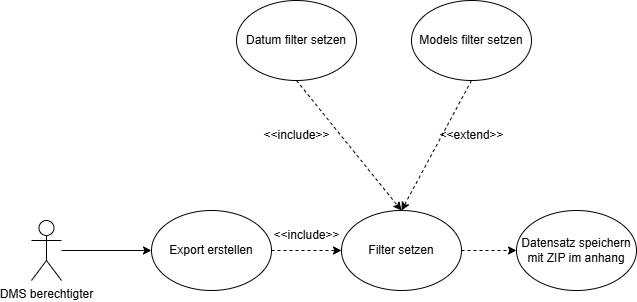
The draw.io diagram Präsentation/Bilder/use_case.png in mork02/IHK-Projekt, before a commit. Source tidied: cells renumbered, new cells last; positions are measured from the earlier drawing's top-left corner, leaving out a move shared by most shapes.
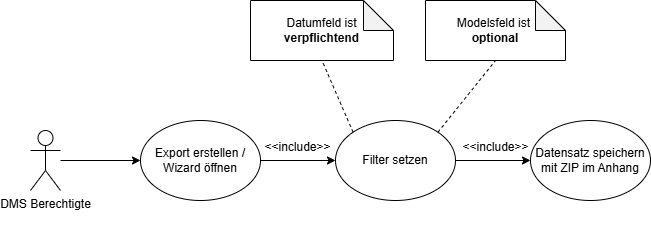
Later version of the same file.

The edit, as a diff of the source:
```diff
@@ -2,47 +2,44 @@
   <root>
     <mxCell id="0" />
     <mxCell id="1" parent="0" />
-    <mxCell id="2" style="edgeStyle=orthogonalEdgeStyle;rounded=0;jettySize=auto;html=1;entryX=0;entryY=0.5;entryDx=0;entryDy=0;" parent="1" edge="1" source="3" target="5">
-      <mxGeometry relative="1" as="geometry" />
-    </mxCell>
-    <mxCell id="3" value="DMS berechtigter" style="shape=umlActor;verticalLabelPosition=bottom;verticalAlign=top;html=1;outlineConnect=0;" parent="1" vertex="1">
-      <mxGeometry y="220" width="30" height="60" as="geometry" />
-    </mxCell>
-    <mxCell id="4" style="edgeStyle=orthogonalEdgeStyle;rounded=0;jettySize=auto;html=1;entryX=0;entryY=0.5;entryDx=0;entryDy=0;dashed=1;" parent="1" edge="1" source="5" target="13">
-      <mxGeometry relative="1" as="geometry" />
-    </mxCell>
-    <mxCell id="5" value="Export erstellen" style="ellipse;whiteSpace=wrap;html=1;" parent="1" vertex="1">
-      <mxGeometry x="120" y="210" width="120" height="80" as="geometry" />
-    </mxCell>
-    <mxCell id="6" value="Datum filter setzen" style="ellipse;whiteSpace=wrap;html=1;" parent="1" vertex="1">
-      <mxGeometry x="205" width="120" height="80" as="geometry" />
-    </mxCell>
-    <mxCell id="7" value="Models filter setzen" style="ellipse;whiteSpace=wrap;html=1;" parent="1" vertex="1">
-      <mxGeometry x="380" width="120" height="80" as="geometry" />
-    </mxCell>
-    <mxCell id="8" value="&amp;lt;&amp;lt;include&amp;gt;&amp;gt;" style="text;html=1;align=center;verticalAlign=middle;strokeColor=none;fillColor=none;" parent="1" vertex="1">
-      <mxGeometry x="220" y="120" width="90" height="30" as="geometry" />
-    </mxCell>
-    <mxCell id="9" value="&amp;lt;&amp;lt;extend&amp;gt;&amp;gt;" style="text;html=1;align=center;verticalAlign=middle;strokeColor=none;fillColor=none;" parent="1" vertex="1">
-      <mxGeometry x="395" y="120" width="90" height="30" as="geometry" />
-    </mxCell>
-    <mxCell id="10" style="endArrow=classic;html=1;rounded=0;exitX=0.5;exitY=1;exitDx=0;exitDy=0;dashed=1;entryX=0.5;entryY=0;entryDx=0;entryDy=0;" parent="1" edge="1" source="7" target="13">
-      <mxGeometry relative="1" as="geometry" />
-    </mxCell>
-    <mxCell id="11" style="endArrow=classic;html=1;rounded=0;exitX=0.5;exitY=1;exitDx=0;exitDy=0;entryX=0.5;entryY=0;entryDx=0;entryDy=0;dashed=1;" parent="1" edge="1" source="6" target="13">
-      <mxGeometry relative="1" as="geometry" />
-    </mxCell>
-    <mxCell id="12" style="edgeStyle=orthogonalEdgeStyle;rounded=0;jettySize=auto;html=1;entryX=0;entryY=0.5;entryDx=0;entryDy=0;dashed=1;" parent="1" edge="1" source="13" target="15">
-      <mxGeometry relative="1" as="geometry" />
-    </mxCell>
+    <mxCell id="16" style="edgeStyle=orthogonalEdgeStyle;rounded=0;jettySize=auto;html=1;entryX=0;entryY=0.5;entryDx=0;entryDy=0;" parent="1" edge="1" source="17" target="19">
+      <mxGeometry relative="1" as="geometry" />
+    </mxCell>
+    <mxCell id="17" value="DMS Berechtigte&lt;div&gt;&lt;br&gt;&lt;/div&gt;" style="shape=umlActor;verticalLabelPosition=bottom;verticalAlign=top;html=1;outlineConnect=0;" parent="1" vertex="1">
+      <mxGeometry x="5" y="220" width="30" height="60" as="geometry" />
+    </mxCell>
+    <mxCell id="18" style="edgeStyle=orthogonalEdgeStyle;rounded=0;jettySize=auto;html=1;entryX=0;entryY=0.5;entryDx=0;entryDy=0;" parent="1" edge="1" source="19" target="13">
+      <mxGeometry relative="1" as="geometry" />
+    </mxCell>
+    <mxCell id="19" value="Export erstellen / Wizard öffnen" style="ellipse;whiteSpace=wrap;html=1;" parent="1" vertex="1">
+      <mxGeometry x="115" y="210" width="120" height="80" as="geometry" />
+    </mxCell>
+    <mxCell id="20" value="Datensatz speichern mit ZIP im Anhang" style="ellipse;whiteSpace=wrap;html=1;" parent="1" vertex="1">
+      <mxGeometry x="505" y="210" width="120" height="80" as="geometry" />
+    </mxCell>
+    <mxCell id="21" style="edgeStyle=orthogonalEdgeStyle;rounded=0;jettySize=auto;html=1;entryX=0;entryY=0.5;entryDx=0;entryDy=0;" parent="1" edge="1" source="13" target="20">
+      <mxGeometry relative="1" as="geometry" />
+    </mxCell>
     <mxCell id="13" value="Filter setzen" style="ellipse;whiteSpace=wrap;html=1;" parent="1" vertex="1">
       <mxGeometry x="310" y="210" width="120" height="80" as="geometry" />
     </mxCell>
-    <mxCell id="14" value="&amp;lt;&amp;lt;include&amp;gt;&amp;gt;" style="text;html=1;align=center;verticalAlign=middle;strokeColor=none;fillColor=none;" parent="1" vertex="1">
-      <mxGeometry x="230" y="220" width="90" height="30" as="geometry" />
-    </mxCell>
-    <mxCell id="15" value="Datensatz speichern mit ZIP im anhang" style="ellipse;whiteSpace=wrap;html=1;" parent="1" vertex="1">
-      <mxGeometry x="485" y="210" width="120" height="80" as="geometry" />
-    </mxCell>
+    <mxCell id="22" value="&amp;lt;&amp;lt;include&amp;gt;&amp;gt;" style="text;html=1;align=center;verticalAlign=middle;strokeColor=none;fillColor=none;" parent="1" vertex="1">
+      <mxGeometry x="227" y="222" width="90" height="30" as="geometry" />
+    </mxCell>
+    <mxCell id="23" value="&amp;lt;&amp;lt;include&amp;gt;&amp;gt;" style="text;html=1;align=center;verticalAlign=middle;strokeColor=none;fillColor=none;" parent="1" vertex="1">
+      <mxGeometry x="425" y="222" width="90" height="30" as="geometry" />
+    </mxCell>
+    <mxCell id="24" value="Datumfeld ist &lt;b&gt;verpflichtend&lt;/b&gt;" style="shape=note;whiteSpace=wrap;html=1;backgroundOutline=1;darkOpacity=0.05;" parent="1" vertex="1">
+      <mxGeometry x="225" y="90" width="143" height="60" as="geometry" />
+    </mxCell>
+    <mxCell id="25" value="Modelsfeld ist&amp;nbsp;&lt;div&gt;&lt;b&gt;optional&lt;/b&gt;&lt;/div&gt;" style="shape=note;whiteSpace=wrap;html=1;backgroundOutline=1;darkOpacity=0.05;" parent="1" vertex="1">
+      <mxGeometry x="400" y="90" width="140" height="60" as="geometry" />
+    </mxCell>
+    <mxCell id="26" style="endArrow=none;dashed=1;html=1;rounded=0;entryX=0.5;entryY=1;entryDx=0;entryDy=0;entryPerimeter=0;exitX=1;exitY=0;exitDx=0;exitDy=0;" parent="1" edge="1" source="13" target="25">
+      <mxGeometry relative="1" as="geometry" />
+    </mxCell>
+    <mxCell id="27" style="endArrow=none;dashed=1;html=1;rounded=0;entryX=0.5;entryY=1;entryDx=0;entryDy=0;entryPerimeter=0;exitX=0;exitY=0;exitDx=0;exitDy=0;" parent="1" edge="1" source="13" target="24">
+      <mxGeometry relative="1" as="geometry" />
+    </mxCell>
   </root>
 </mxGraphModel>
```
